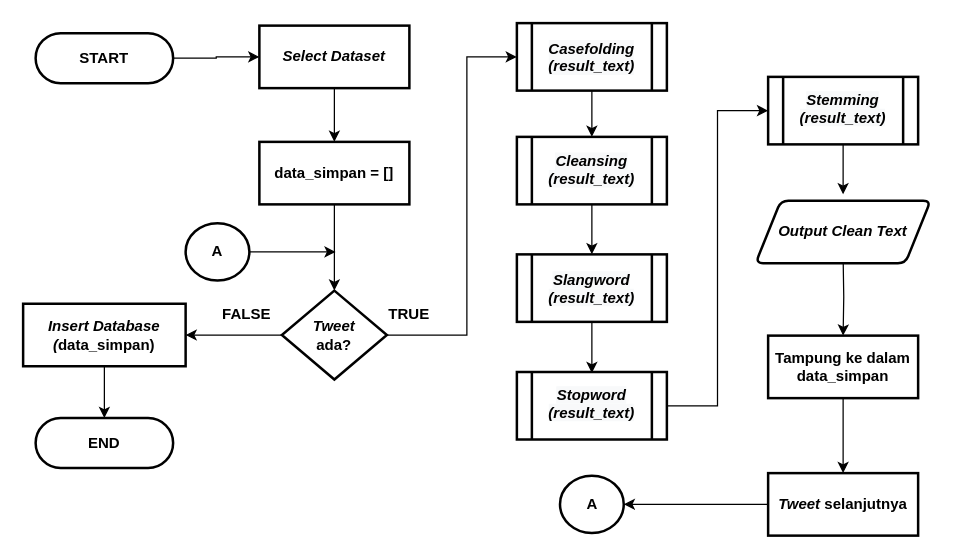
muspriandi/TextMining-SentimentAnalysis keeps this draw.io diagram as Dokumen TA/Paper/Flowchart/Flowchart proses preprocessing.drawio. Above is the earlier version. Source tidied: cells renumbered, new cells numbered last; positions are measured from the earlier drawing's top-left corner, leaving out a move shared by most shapes. Both pictures are drawn from the tidied source at 125%, with x=0, y=0 at pixel (22, 22).
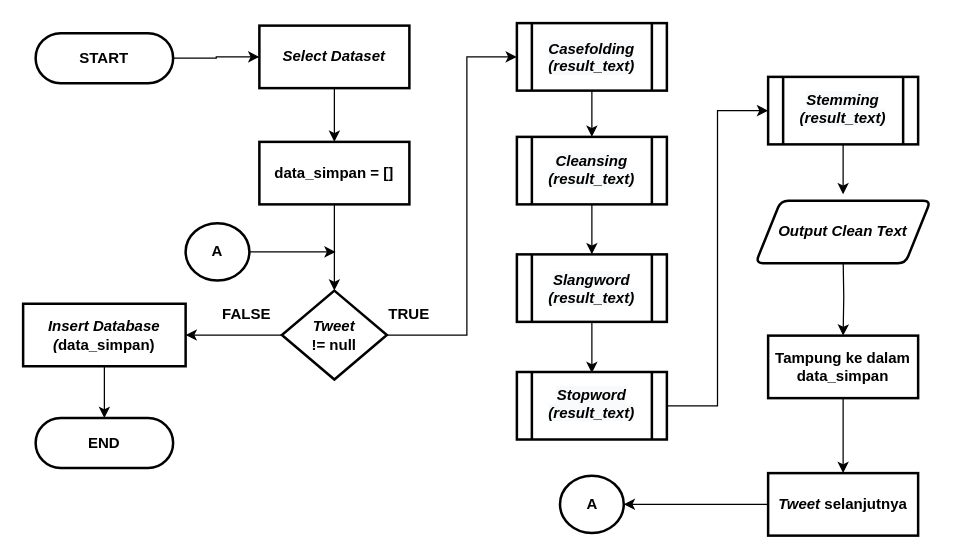
The same diagram, later.

Change to the diagram source:
```diff
@@
-    <mxCell id="22" value="&lt;i&gt;Tweet&lt;/i&gt;&lt;br&gt;ada?" style="strokeWidth=2;html=1;shape=mxgraph.flowchart.decision;whiteSpace=wrap;rounded=1;fontStyle=1;" parent="1" vertex="1">
+    <mxCell id="22" value="&lt;i&gt;Tweet&lt;/i&gt;&lt;br&gt;!= null" style="strokeWidth=2;html=1;shape=mxgraph.flowchart.decision;whiteSpace=wrap;rounded=1;fontStyle=1;" parent="1" vertex="1">
       <mxGeometry x="207" y="214" width="84" height="71.1" as="geometry" />
     </mxCell>
```
